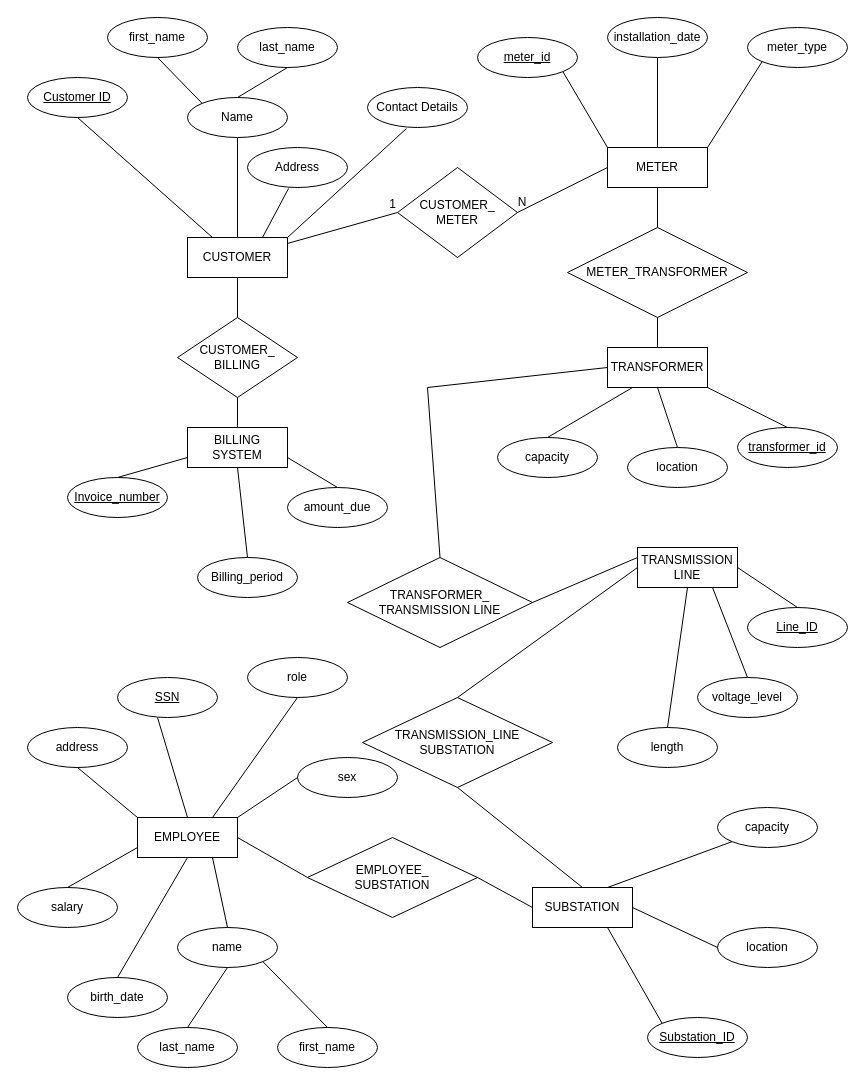
Frederick-Teye/ECG-Entity-Relationship-Diagram keeps this draw.io diagram as ECG Entity Relationship Diagram.drawio. Above is the earlier version. Source tidied: cells renumbered, new cells numbered last; positions are measured from the earlier drawing's top-left corner, leaving out a move shared by most shapes. Both pictures are drawn from the tidied source at 100%, with x=0, y=0 at pixel (17, 17).
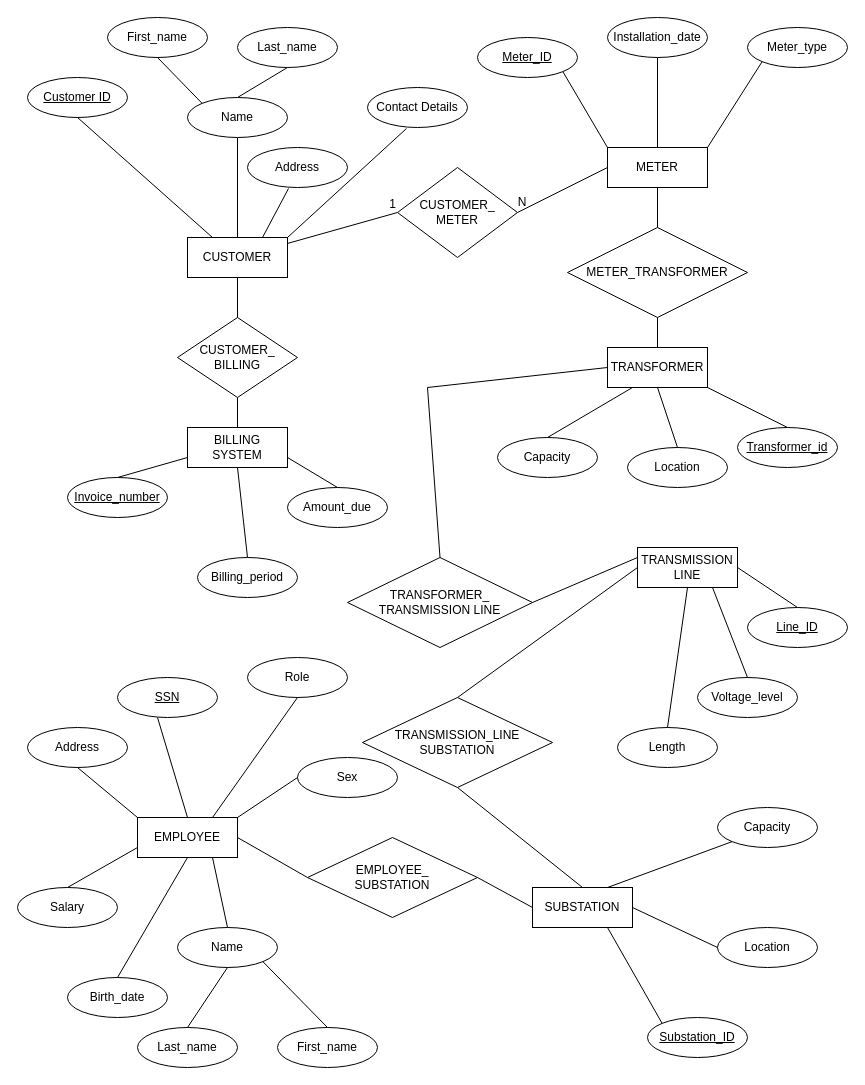
Above is the later version.

What changed in the source:
```diff
@@
-    <mxCell id="11" value="first_name" style="ellipse;whiteSpace=wrap;html=1;align=center;" parent="1" vertex="1">
+    <mxCell id="11" value="First_name" style="ellipse;whiteSpace=wrap;html=1;align=center;" parent="1" vertex="1">
       <mxGeometry x="90" width="100" height="40" as="geometry" />
     </mxCell>
-    <mxCell id="12" value="last_name" style="ellipse;whiteSpace=wrap;html=1;align=center;" parent="1" vertex="1">
+    <mxCell id="12" value="Last_name" style="ellipse;whiteSpace=wrap;html=1;align=center;" parent="1" vertex="1">
       <mxGeometry x="220" y="10" width="100" height="40" as="geometry" />
     </mxCell>
@@
-    <mxCell id="17" value="installation_date" style="ellipse;whiteSpace=wrap;html=1;align=center;" parent="1" vertex="1">
+    <mxCell id="17" value="Installation_date" style="ellipse;whiteSpace=wrap;html=1;align=center;" parent="1" vertex="1">
       <mxGeometry x="590" width="100" height="40" as="geometry" />
     </mxCell>
@@
-    <mxCell id="19" value="meter_type" style="ellipse;whiteSpace=wrap;html=1;align=center;" parent="1" vertex="1">
+    <mxCell id="19" value="Meter_type" style="ellipse;whiteSpace=wrap;html=1;align=center;" parent="1" vertex="1">
       <mxGeometry x="730" y="10" width="100" height="40" as="geometry" />
     </mxCell>
@@
-    <mxCell id="26" value="meter_id" style="ellipse;whiteSpace=wrap;html=1;align=center;fontStyle=4;" parent="1" vertex="1">
+    <mxCell id="26" value="Meter_ID" style="ellipse;whiteSpace=wrap;html=1;align=center;fontStyle=4;" parent="1" vertex="1">
       <mxGeometry x="460" y="20" width="100" height="40" as="geometry" />
     </mxCell>
@@
-    <mxCell id="31" value="transformer_id" style="ellipse;whiteSpace=wrap;html=1;align=center;fontStyle=4;" parent="1" vertex="1">
+    <mxCell id="31" value="Transformer_id" style="ellipse;whiteSpace=wrap;html=1;align=center;fontStyle=4;" parent="1" vertex="1">
       <mxGeometry x="720" y="410" width="100" height="40" as="geometry" />
     </mxCell>
@@
-    <mxCell id="33" value="location" style="ellipse;whiteSpace=wrap;html=1;align=center;" parent="1" vertex="1">
+    <mxCell id="33" value="Location" style="ellipse;whiteSpace=wrap;html=1;align=center;" parent="1" vertex="1">
       <mxGeometry x="610" y="430" width="100" height="40" as="geometry" />
     </mxCell>
@@
-    <mxCell id="35" value="capacity" style="ellipse;whiteSpace=wrap;html=1;align=center;" parent="1" vertex="1">
+    <mxCell id="35" value="Capacity" style="ellipse;whiteSpace=wrap;html=1;align=center;" parent="1" vertex="1">
       <mxGeometry x="480" y="420" width="100" height="40" as="geometry" />
     </mxCell>
@@
-    <mxCell id="45" value="amount_due" style="ellipse;whiteSpace=wrap;html=1;align=center;" parent="1" vertex="1">
+    <mxCell id="45" value="Amount_due" style="ellipse;whiteSpace=wrap;html=1;align=center;" parent="1" vertex="1">
       <mxGeometry x="270" y="470" width="100" height="40" as="geometry" />
     </mxCell>
@@
-    <mxCell id="53" value="voltage_level" style="ellipse;whiteSpace=wrap;html=1;align=center;" parent="1" vertex="1">
+    <mxCell id="53" value="Voltage_level" style="ellipse;whiteSpace=wrap;html=1;align=center;" parent="1" vertex="1">
       <mxGeometry x="680" y="660" width="100" height="40" as="geometry" />
     </mxCell>
@@
-    <mxCell id="55" value="length" style="ellipse;whiteSpace=wrap;html=1;align=center;" parent="1" vertex="1">
+    <mxCell id="55" value="Length" style="ellipse;whiteSpace=wrap;html=1;align=center;" parent="1" vertex="1">
       <mxGeometry x="600" y="710" width="100" height="40" as="geometry" />
     </mxCell>
@@
-    <mxCell id="61" value="capacity" style="ellipse;whiteSpace=wrap;html=1;align=center;" parent="1" vertex="1">
+    <mxCell id="61" value="Capacity" style="ellipse;whiteSpace=wrap;html=1;align=center;" parent="1" vertex="1">
       <mxGeometry x="700" y="790" width="100" height="40" as="geometry" />
     </mxCell>
@@
-    <mxCell id="63" value="location" style="ellipse;whiteSpace=wrap;html=1;align=center;" parent="1" vertex="1">
+    <mxCell id="63" value="Location" style="ellipse;whiteSpace=wrap;html=1;align=center;" parent="1" vertex="1">
       <mxGeometry x="700" y="910" width="100" height="40" as="geometry" />
     </mxCell>
@@
-    <mxCell id="71" value="role" style="ellipse;whiteSpace=wrap;html=1;align=center;" parent="1" vertex="1">
+    <mxCell id="71" value="Role" style="ellipse;whiteSpace=wrap;html=1;align=center;" parent="1" vertex="1">
       <mxGeometry x="230" y="640" width="100" height="40" as="geometry" />
     </mxCell>
@@
-    <mxCell id="73" value="name" style="ellipse;whiteSpace=wrap;html=1;align=center;" parent="1" vertex="1">
+    <mxCell id="73" value="Name" style="ellipse;whiteSpace=wrap;html=1;align=center;" parent="1" vertex="1">
       <mxGeometry x="160" y="910" width="100" height="40" as="geometry" />
     </mxCell>
@@
-    <mxCell id="75" value="first_name" style="ellipse;whiteSpace=wrap;html=1;align=center;" parent="1" vertex="1">
+    <mxCell id="75" value="First_name" style="ellipse;whiteSpace=wrap;html=1;align=center;" parent="1" vertex="1">
       <mxGeometry x="260" y="1010" width="100" height="40" as="geometry" />
     </mxCell>
-    <mxCell id="76" value="last_name" style="ellipse;whiteSpace=wrap;html=1;align=center;" parent="1" vertex="1">
+    <mxCell id="76" value="Last_name" style="ellipse;whiteSpace=wrap;html=1;align=center;" parent="1" vertex="1">
       <mxGeometry x="120" y="1010" width="100" height="40" as="geometry" />
     </mxCell>
@@
-    <mxCell id="81" value="address" style="ellipse;whiteSpace=wrap;html=1;align=center;" parent="1" vertex="1">
+    <mxCell id="81" value="Address" style="ellipse;whiteSpace=wrap;html=1;align=center;" parent="1" vertex="1">
       <mxGeometry x="10" y="710" width="100" height="40" as="geometry" />
     </mxCell>
@@
-    <mxCell id="83" value="sex" style="ellipse;whiteSpace=wrap;html=1;align=center;" parent="1" vertex="1">
+    <mxCell id="83" value="Sex" style="ellipse;whiteSpace=wrap;html=1;align=center;" parent="1" vertex="1">
       <mxGeometry x="280" y="740" width="100" height="40" as="geometry" />
     </mxCell>
@@
-    <mxCell id="85" value="birth_date" style="ellipse;whiteSpace=wrap;html=1;align=center;" parent="1" vertex="1">
+    <mxCell id="85" value="Birth_date" style="ellipse;whiteSpace=wrap;html=1;align=center;" parent="1" vertex="1">
       <mxGeometry x="50" y="960" width="100" height="40" as="geometry" />
     </mxCell>
@@
-    <mxCell id="87" value="salary" style="ellipse;whiteSpace=wrap;html=1;align=center;" parent="1" vertex="1">
+    <mxCell id="87" value="Salary" style="ellipse;whiteSpace=wrap;html=1;align=center;" parent="1" vertex="1">
       <mxGeometry y="870" width="100" height="40" as="geometry" />
     </mxCell>
```
